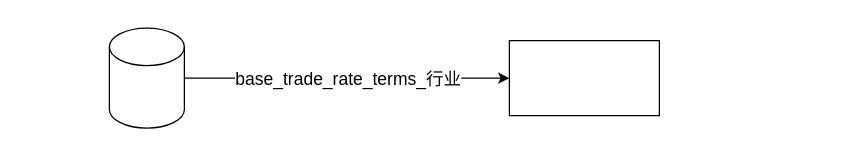
Earlier version of the draw.io diagram 流程图/voc大数据.drawio (xiaoa1/liuchengtu). Source tidied: cells renumbered, new cells numbered last; positions are measured from the earlier drawing's top-left corner, leaving out a move shared by most shapes. Both pictures are drawn from the tidied source at 125%, with x=0, y=0 at pixel (109, 28).
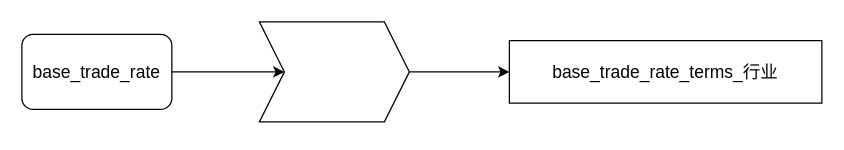
The same page after the edit.

Commit message (it also covers changes not shown here):
更新voc大数据.drawio

The edit, as a diff of the source:
```diff
@@
 <mxGraphModel>
   <root>
     <mxCell id="0" />
     <mxCell id="1" parent="0" />
-    <mxCell id="2" style="edgeStyle=orthogonalEdgeStyle;rounded=0;jettySize=auto;html=1;exitX=1;exitY=0.5;exitDx=0;exitDy=0;exitPerimeter=0;" parent="1" edge="1" source="4">
-      <mxGeometry relative="1" as="geometry">
-        <mxPoint x="320" y="40" as="targetPoint" />
-      </mxGeometry>
-    </mxCell>
-    <mxCell id="3" value="&lt;pre style=&quot;font-family: 宋体; font-size: 10.5pt;&quot;&gt;base_trade_rate_terms_行业&lt;/pre&gt;" style="edgeLabel;html=1;align=center;verticalAlign=middle;" parent="2" vertex="1">
-      <mxGeometry x="-0.17" y="-3" relative="1" as="geometry">
-        <mxPoint x="22" y="-3" as="offset" />
-      </mxGeometry>
-    </mxCell>
-    <mxCell id="4" style="shape=cylinder3;whiteSpace=wrap;html=1;boundedLbl=1;backgroundOutline=1;size=15;" parent="1" vertex="1">
-      <mxGeometry width="60" height="80" as="geometry" />
-    </mxCell>
+    <mxCell id="6" style="edgeStyle=orthogonalEdgeStyle;rounded=0;jettySize=auto;html=1;exitX=1;exitY=0.5;exitDx=0;exitDy=0;entryX=0;entryY=0.5;entryDx=0;entryDy=0;" parent="1" edge="1" source="7" target="9">
+      <mxGeometry relative="1" as="geometry" />
+    </mxCell>
+    <mxCell id="7" value="&lt;pre style=&quot;background-color: rgb(255, 255, 255); font-family: 宋体; font-size: 10.5pt;&quot;&gt;base_trade_rate&lt;/pre&gt;" style="rounded=1;whiteSpace=wrap;html=1;" parent="1" vertex="1">
+      <mxGeometry x="-70" y="5" width="120" height="60" as="geometry" />
+    </mxCell>
-    <mxCell id="5" style="rounded=0;whiteSpace=wrap;html=1;" parent="1" vertex="1">
-      <mxGeometry x="320" y="10" width="120" height="60" as="geometry" />
+    <mxCell id="5" value="&lt;pre style=&quot;border-color: var(--border-color); font-family: 宋体; font-size: 10.5pt;&quot;&gt;base_trade_rate_terms_行业&lt;/pre&gt;" style="rounded=0;whiteSpace=wrap;html=1;" parent="1" vertex="1">
+      <mxGeometry x="320" y="10" width="250" height="50" as="geometry" />
     </mxCell>
+    <mxCell id="8" style="edgeStyle=orthogonalEdgeStyle;rounded=0;jettySize=auto;html=1;exitX=1;exitY=0.5;exitDx=0;exitDy=0;" parent="1" edge="1" source="9" target="5">
+      <mxGeometry relative="1" as="geometry" />
+    </mxCell>
+    <mxCell id="9" style="shape=step;perimeter=stepPerimeter;whiteSpace=wrap;html=1;fixedSize=1;" parent="1" vertex="1">
+      <mxGeometry x="120" y="-5" width="120" height="80" as="geometry" />
+    </mxCell>
   </root>
 </mxGraphModel>
```
